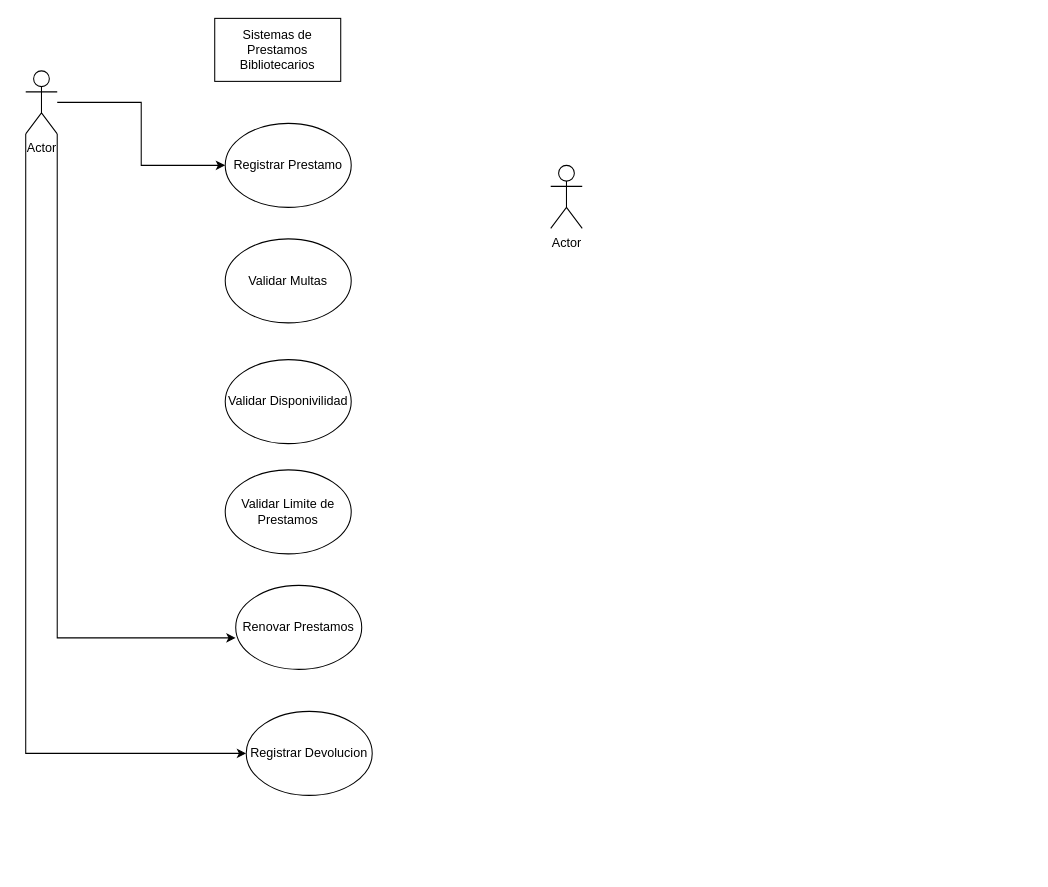
Earlier version of the draw.io diagram docs/modelado/CaosDeUso.drawio (GuillerAltamira/Sistema-de-Prestamos-de-Biblioteca). Source tidied: cells renumbered, new cells numbered last; positions are measured from the earlier drawing's top-left corner, leaving out a move shared by most shapes. Both pictures are drawn from the tidied source at 105%, with x=0, y=0 at pixel (25, 18).
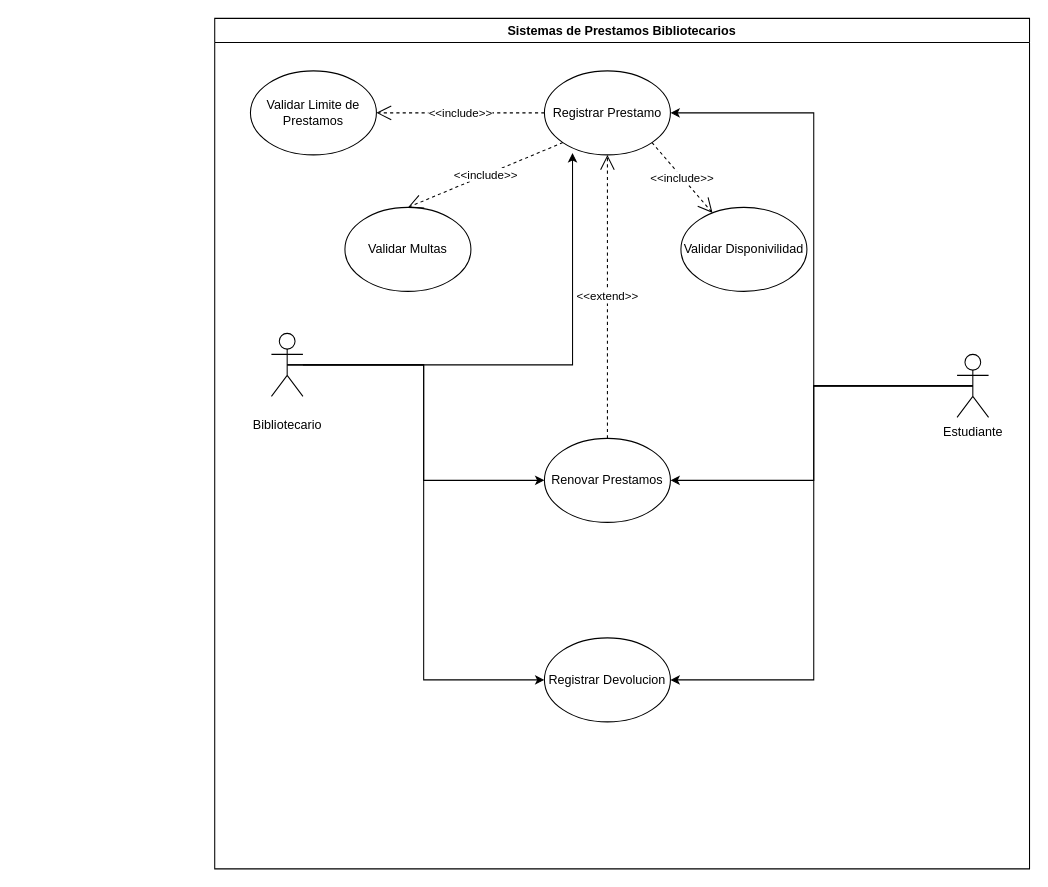
Above is the later version.

Change to the diagram source:
```diff
@@
-    <mxCell id="2" style="edgeStyle=orthogonalEdgeStyle;rounded=0;jettySize=auto;html=1;entryX=0;entryY=0.5;entryDx=0;entryDy=0;" parent="1" edge="1" source="4" target="7">
-      <mxGeometry relative="1" as="geometry" />
-    </mxCell>
+    <mxCell id="6" value="Sistemas de Prestamos Bibliotecarios" style="swimlane;whiteSpace=wrap;html=1;" parent="1" vertex="1">
+      <mxGeometry x="180" width="776" height="810" as="geometry" />
+    </mxCell>
+    <mxCell id="13" style="edgeStyle=orthogonalEdgeStyle;rounded=0;jettySize=auto;html=1;exitX=0.5;exitY=0.5;exitDx=0;exitDy=0;exitPerimeter=0;entryX=0;entryY=0.5;entryDx=0;entryDy=0;" parent="6" edge="1" source="4" target="11">
+      <mxGeometry relative="1" as="geometry" />
+    </mxCell>
-    <mxCell id="3" style="edgeStyle=orthogonalEdgeStyle;rounded=0;jettySize=auto;html=1;exitX=0;exitY=1;exitDx=0;exitDy=0;exitPerimeter=0;entryX=0;entryY=0.5;entryDx=0;entryDy=0;" parent="1" edge="1" source="4" target="12">
+    <mxCell id="3" style="edgeStyle=orthogonalEdgeStyle;rounded=0;jettySize=auto;html=1;exitX=0.5;exitY=0.5;exitDx=0;exitDy=0;exitPerimeter=0;entryX=0;entryY=0.5;entryDx=0;entryDy=0;" parent="6" edge="1" source="4" target="12">
       <mxGeometry relative="1" as="geometry" />
     </mxCell>
-    <mxCell id="4" value="Actor" style="shape=umlActor;verticalLabelPosition=bottom;verticalAlign=top;html=1;noLabel=0;" parent="1" vertex="1">
-      <mxGeometry y="50" width="30" height="60" as="geometry" />
+    <mxCell id="4" value="&lt;div&gt;&lt;br&gt;&lt;/div&gt;&lt;div&gt;Bibliotecario&lt;/div&gt;" style="shape=umlActor;verticalLabelPosition=bottom;verticalAlign=top;html=1;noLabel=0;" parent="6" vertex="1">
+      <mxGeometry x="54" y="300" width="30" height="60" as="geometry" />
     </mxCell>
+    <mxCell id="14" style="edgeStyle=orthogonalEdgeStyle;rounded=0;jettySize=auto;html=1;exitX=0.5;exitY=0.5;exitDx=0;exitDy=0;exitPerimeter=0;entryX=1;entryY=0.5;entryDx=0;entryDy=0;" parent="6" edge="1" source="5" target="7">
+      <mxGeometry relative="1" as="geometry" />
+    </mxCell>
+    <mxCell id="15" style="edgeStyle=orthogonalEdgeStyle;rounded=0;jettySize=auto;html=1;exitX=0.5;exitY=0.5;exitDx=0;exitDy=0;exitPerimeter=0;entryX=1;entryY=0.5;entryDx=0;entryDy=0;" parent="6" edge="1" source="5" target="11">
+      <mxGeometry relative="1" as="geometry" />
+    </mxCell>
+    <mxCell id="16" style="edgeStyle=orthogonalEdgeStyle;rounded=0;jettySize=auto;html=1;exitX=0.5;exitY=0.5;exitDx=0;exitDy=0;exitPerimeter=0;entryX=1;entryY=0.5;entryDx=0;entryDy=0;" parent="6" edge="1" source="5" target="12">
+      <mxGeometry relative="1" as="geometry" />
+    </mxCell>
-    <mxCell id="5" value="Actor" style="shape=umlActor;verticalLabelPosition=bottom;verticalAlign=top;html=1;" parent="1" vertex="1">
-      <mxGeometry x="500" y="140" width="30" height="60" as="geometry" />
+    <mxCell id="5" value="Estudiante" style="shape=umlActor;verticalLabelPosition=bottom;verticalAlign=top;html=1;" parent="6" vertex="1">
+      <mxGeometry x="707" y="320" width="30" height="60" as="geometry" />
     </mxCell>
-    <mxCell id="6" value="Sistemas de Prestamos Bibliotecarios" style="rounded=0;whiteSpace=wrap;html=1;" parent="1" vertex="1">
-      <mxGeometry x="180" width="120" height="60" as="geometry" />
-    </mxCell>
-    <mxCell id="7" value="Registrar Prestamo" style="ellipse;whiteSpace=wrap;html=1;" parent="1" vertex="1">
-      <mxGeometry x="190" y="100" width="120" height="80" as="geometry" />
+    <mxCell id="7" value="Registrar Prestamo" style="ellipse;whiteSpace=wrap;html=1;" parent="6" vertex="1">
+      <mxGeometry x="314" y="50" width="120" height="80" as="geometry" />
     </mxCell>
-    <mxCell id="8" value="Validar Multas" style="ellipse;whiteSpace=wrap;html=1;" parent="1" vertex="1">
-      <mxGeometry x="190" y="210" width="120" height="80" as="geometry" />
-    </mxCell>
-    <mxCell id="9" value="Validar Disponivilidad" style="ellipse;whiteSpace=wrap;html=1;" parent="1" vertex="1">
-      <mxGeometry x="190" y="325" width="120" height="80" as="geometry" />
-    </mxCell>
-    <mxCell id="10" value="Validar Limite de Prestamos" style="ellipse;whiteSpace=wrap;html=1;" parent="1" vertex="1">
-      <mxGeometry x="190" y="430" width="120" height="80" as="geometry" />
-    </mxCell>
-    <mxCell id="11" value="Renovar Prestamos" style="ellipse;whiteSpace=wrap;html=1;" parent="1" vertex="1">
-      <mxGeometry x="200" y="540" width="120" height="80" as="geometry" />
+    <mxCell id="11" value="Renovar Prestamos" style="ellipse;whiteSpace=wrap;html=1;" parent="6" vertex="1">
+      <mxGeometry x="314" y="400" width="120" height="80" as="geometry" />
     </mxCell>
-    <mxCell id="12" value="Registrar Devolucion" style="ellipse;whiteSpace=wrap;html=1;" parent="1" vertex="1">
-      <mxGeometry x="210" y="660" width="120" height="80" as="geometry" />
+    <mxCell id="12" value="Registrar Devolucion" style="ellipse;whiteSpace=wrap;html=1;" parent="6" vertex="1">
+      <mxGeometry x="314" y="590" width="120" height="80" as="geometry" />
     </mxCell>
-    <mxCell id="13" style="edgeStyle=orthogonalEdgeStyle;rounded=0;jettySize=auto;html=1;exitX=1;exitY=1;exitDx=0;exitDy=0;exitPerimeter=0;entryX=0;entryY=0.625;entryDx=0;entryDy=0;entryPerimeter=0;" parent="1" edge="1" source="4" target="11">
-      <mxGeometry relative="1" as="geometry" />
-    </mxCell>
+    <mxCell id="9" value="Validar Disponivilidad" style="ellipse;whiteSpace=wrap;html=1;" parent="6" vertex="1">
+      <mxGeometry x="444" y="180" width="120" height="80" as="geometry" />
+    </mxCell>
+    <mxCell id="8" value="Validar Multas" style="ellipse;whiteSpace=wrap;html=1;" parent="6" vertex="1">
+      <mxGeometry x="124" y="180" width="120" height="80" as="geometry" />
+    </mxCell>
+    <mxCell id="10" value="Validar Limite de Prestamos" style="ellipse;whiteSpace=wrap;html=1;" parent="6" vertex="1">
+      <mxGeometry x="34" y="50" width="120" height="80" as="geometry" />
+    </mxCell>
+    <mxCell id="17" value="&amp;lt;&amp;lt;include&amp;gt;&amp;gt;" style="endArrow=open;endSize=12;dashed=1;html=1;rounded=0;exitX=1;exitY=1;exitDx=0;exitDy=0;" parent="6" edge="1" source="7" target="9">
+      <mxGeometry relative="1" as="geometry" />
+    </mxCell>
+    <mxCell id="18" value="&amp;lt;&amp;lt;include&amp;gt;&amp;gt;" style="endArrow=open;endSize=12;dashed=1;html=1;rounded=0;exitX=0;exitY=0.5;exitDx=0;exitDy=0;entryX=1;entryY=0.5;entryDx=0;entryDy=0;" parent="6" edge="1" source="7" target="10">
+      <mxGeometry relative="1" as="geometry" />
+    </mxCell>
+    <mxCell id="19" value="&amp;lt;&amp;lt;include&amp;gt;&amp;gt;" style="endArrow=open;endSize=12;dashed=1;html=1;rounded=0;exitX=0;exitY=1;exitDx=0;exitDy=0;entryX=0.5;entryY=0;entryDx=0;entryDy=0;" parent="6" edge="1" source="7" target="8">
+      <mxGeometry relative="1" as="geometry" />
+    </mxCell>
+    <mxCell id="2" style="edgeStyle=orthogonalEdgeStyle;rounded=0;jettySize=auto;html=1;entryX=0.223;entryY=0.978;entryDx=0;entryDy=0;entryPerimeter=0;" parent="6" edge="1" source="4" target="7">
+      <mxGeometry relative="1" as="geometry" />
+    </mxCell>
+    <mxCell id="20" value="&amp;lt;&amp;lt;extend&amp;gt;&amp;gt;" style="endArrow=open;endSize=12;dashed=1;html=1;rounded=0;exitX=0.5;exitY=0;exitDx=0;exitDy=0;entryX=0.5;entryY=1;entryDx=0;entryDy=0;" parent="6" edge="1" source="11" target="7">
+      <mxGeometry relative="1" as="geometry" />
+    </mxCell>
```
